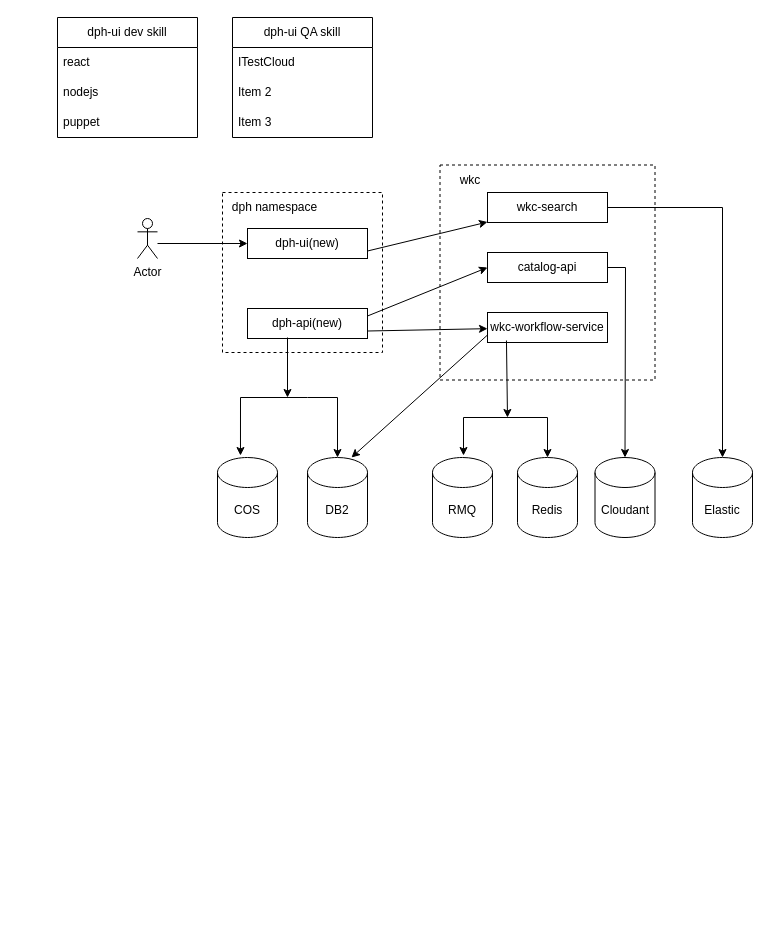
ganisback/draw.io keeps this draw.io diagram as assets/dph_arch_and_skill.drawio. Above is the earlier version. Source tidied: cells renumbered, new cells numbered last; positions are measured from the earlier drawing's top-left corner, leaving out a move shared by most shapes. Both pictures are drawn from the tidied source at 100%, with x=0, y=0 at pixel (57, 17).
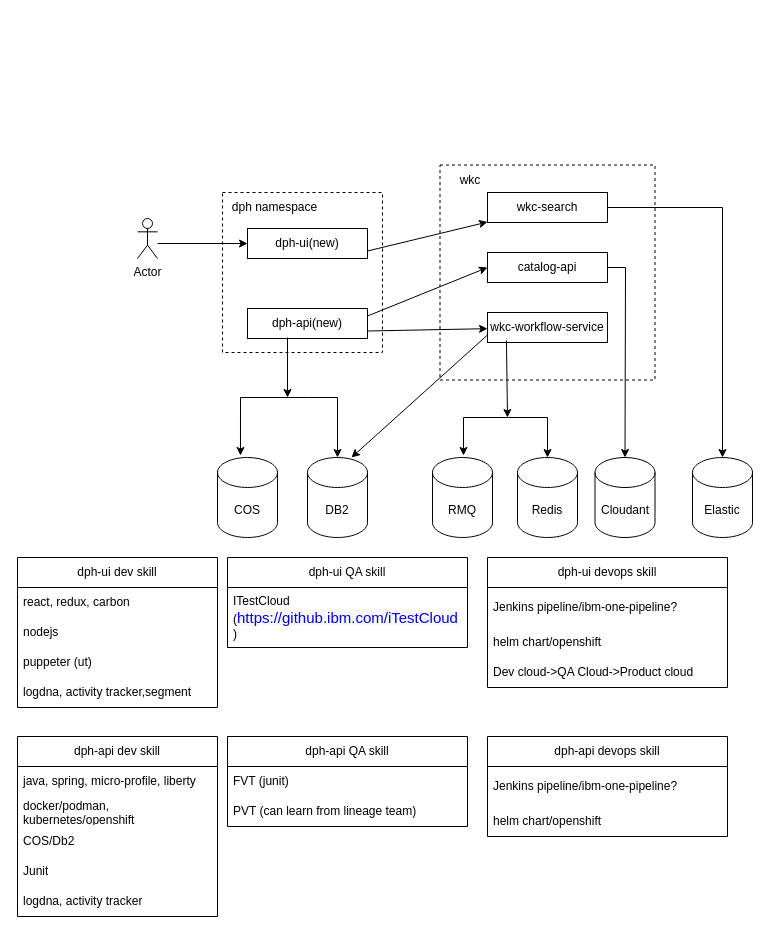
After the change.

What changed in the source:
```diff
@@
     <mxCell id="31" value="dph-ui QA skill" style="swimlane;fontStyle=0;horizontal=1;startSize=30;whiteSpace=wrap;html=1;" parent="1" vertex="1">
-      <mxGeometry x="175" width="140" height="120" as="geometry" />
+      <mxGeometry x="170" y="540" width="240" height="90" as="geometry" />
     </mxCell>
-    <mxCell id="32" value="ITestCloud" style="text;strokeColor=none;fillColor=none;align=left;verticalAlign=middle;spacingLeft=4;spacingRight=4;overflow=hidden;whiteSpace=wrap;html=1;" parent="31" vertex="1">
-      <mxGeometry y="30" width="140" height="30" as="geometry" />
+    <mxCell id="32" value="ITestCloud (&lt;a style=&quot;box-sizing: inherit; text-decoration-line: none; font-family: Slack-Lato, Slack-Fractions, appleLogo, sans-serif; font-size: 15px; font-variant-ligatures: common-ligatures; background-color: rgb(248, 248, 248);&quot; rel=&quot;noopener noreferrer&quot; href=&quot;https://github.ibm.com/iTestCloud&quot; class=&quot;c-link&quot; target=&quot;_blank&quot;&gt;https://github.ibm.com/iTestCloud&lt;/a&gt;&lt;br&gt;)" style="text;strokeColor=none;fillColor=none;align=left;verticalAlign=middle;spacingLeft=4;spacingRight=4;overflow=hidden;whiteSpace=wrap;html=1;" parent="31" vertex="1">
+      <mxGeometry y="30" width="240" height="60" as="geometry" />
     </mxCell>
-    <mxCell id="33" value="Item 2" style="text;strokeColor=none;fillColor=none;align=left;verticalAlign=middle;spacingLeft=4;spacingRight=4;overflow=hidden;whiteSpace=wrap;html=1;" parent="31" vertex="1">
-      <mxGeometry y="60" width="140" height="30" as="geometry" />
-    </mxCell>
-    <mxCell id="34" value="Item 3" style="text;strokeColor=none;fillColor=none;align=left;verticalAlign=middle;spacingLeft=4;spacingRight=4;overflow=hidden;whiteSpace=wrap;html=1;" parent="31" vertex="1">
-      <mxGeometry y="90" width="140" height="30" as="geometry" />
-    </mxCell>
     <mxCell id="35" value="dph-ui dev skill" style="swimlane;fontStyle=0;horizontal=1;startSize=30;whiteSpace=wrap;html=1;" parent="1" vertex="1">
-      <mxGeometry width="140" height="120" as="geometry" />
+      <mxGeometry x="-40" y="540" width="200" height="150" as="geometry" />
     </mxCell>
-    <mxCell id="36" value="react&amp;nbsp;" style="text;strokeColor=none;fillColor=none;align=left;verticalAlign=middle;spacingLeft=4;spacingRight=4;overflow=hidden;whiteSpace=wrap;html=1;" parent="35" vertex="1">
-      <mxGeometry y="30" width="140" height="30" as="geometry" />
+    <mxCell id="36" value="react,&amp;nbsp;redux, carbon" style="text;strokeColor=none;fillColor=none;align=left;verticalAlign=middle;spacingLeft=4;spacingRight=4;overflow=hidden;whiteSpace=wrap;html=1;" parent="35" vertex="1">
+      <mxGeometry y="30" width="200" height="30" as="geometry" />
     </mxCell>
     <mxCell id="37" value="nodejs" style="text;strokeColor=none;fillColor=none;align=left;verticalAlign=middle;spacingLeft=4;spacingRight=4;overflow=hidden;whiteSpace=wrap;html=1;" parent="35" vertex="1">
-      <mxGeometry y="60" width="140" height="30" as="geometry" />
+      <mxGeometry y="60" width="200" height="30" as="geometry" />
     </mxCell>
-    <mxCell id="38" value="puppet" style="text;strokeColor=none;fillColor=none;align=left;verticalAlign=middle;spacingLeft=4;spacingRight=4;overflow=hidden;whiteSpace=wrap;html=1;" parent="35" vertex="1">
-      <mxGeometry y="90" width="140" height="30" as="geometry" />
+    <mxCell id="38" value="puppeter (ut)" style="text;strokeColor=none;fillColor=none;align=left;verticalAlign=middle;spacingLeft=4;spacingRight=4;overflow=hidden;whiteSpace=wrap;html=1;" parent="35" vertex="1">
+      <mxGeometry y="90" width="200" height="30" as="geometry" />
     </mxCell>
+    <mxCell id="39" value="logdna, activity tracker,segment" style="text;strokeColor=none;fillColor=none;align=left;verticalAlign=middle;spacingLeft=4;spacingRight=4;overflow=hidden;whiteSpace=wrap;html=1;" parent="35" vertex="1">
+      <mxGeometry y="120" width="200" height="30" as="geometry" />
+    </mxCell>
+    <mxCell id="40" value="dph-ui devops skill" style="swimlane;fontStyle=0;horizontal=1;startSize=30;whiteSpace=wrap;html=1;" parent="1" vertex="1">
+      <mxGeometry x="430" y="540" width="240" height="130" as="geometry" />
+    </mxCell>
+    <mxCell id="41" value="Jenkins pipeline/ibm-one-pipeline?" style="text;strokeColor=none;fillColor=none;align=left;verticalAlign=middle;spacingLeft=4;spacingRight=4;overflow=hidden;whiteSpace=wrap;html=1;" parent="40" vertex="1">
+      <mxGeometry y="30" width="240" height="40" as="geometry" />
+    </mxCell>
+    <mxCell id="42" value="helm chart/openshift" style="text;strokeColor=none;fillColor=none;align=left;verticalAlign=middle;spacingLeft=4;spacingRight=4;overflow=hidden;whiteSpace=wrap;html=1;" parent="40" vertex="1">
+      <mxGeometry y="70" width="240" height="30" as="geometry" />
+    </mxCell>
+    <mxCell id="43" value="Dev cloud-&amp;gt;QA Cloud-&amp;gt;Product cloud" style="text;strokeColor=none;fillColor=none;align=left;verticalAlign=middle;spacingLeft=4;spacingRight=4;overflow=hidden;whiteSpace=wrap;html=1;" parent="40" vertex="1">
+      <mxGeometry y="100" width="240" height="30" as="geometry" />
+    </mxCell>
+    <mxCell id="44" value="dph-api QA skill" style="swimlane;fontStyle=0;horizontal=1;startSize=30;whiteSpace=wrap;html=1;" parent="1" vertex="1">
+      <mxGeometry x="170" y="719" width="240" height="90" as="geometry" />
+    </mxCell>
+    <mxCell id="45" value="FVT (junit)" style="text;strokeColor=none;fillColor=none;align=left;verticalAlign=middle;spacingLeft=4;spacingRight=4;overflow=hidden;whiteSpace=wrap;html=1;" parent="44" vertex="1">
+      <mxGeometry y="30" width="240" height="30" as="geometry" />
+    </mxCell>
+    <mxCell id="46" value="PVT (can learn from lineage team)" style="text;strokeColor=none;fillColor=none;align=left;verticalAlign=middle;spacingLeft=4;spacingRight=4;overflow=hidden;whiteSpace=wrap;html=1;" parent="44" vertex="1">
+      <mxGeometry y="60" width="240" height="30" as="geometry" />
+    </mxCell>
+    <mxCell id="47" value="dph-api dev skill" style="swimlane;fontStyle=0;horizontal=1;startSize=30;whiteSpace=wrap;html=1;" parent="1" vertex="1">
+      <mxGeometry x="-40" y="719" width="200" height="180" as="geometry" />
+    </mxCell>
+    <mxCell id="48" value="java, spring, micro-profile, liberty" style="text;strokeColor=none;fillColor=none;align=left;verticalAlign=middle;spacingLeft=4;spacingRight=4;overflow=hidden;whiteSpace=wrap;html=1;" parent="47" vertex="1">
+      <mxGeometry y="30" width="200" height="30" as="geometry" />
+    </mxCell>
+    <mxCell id="49" value="docker/podman, kubernetes/openshift" style="text;strokeColor=none;fillColor=none;align=left;verticalAlign=middle;spacingLeft=4;spacingRight=4;overflow=hidden;whiteSpace=wrap;html=1;" parent="47" vertex="1">
+      <mxGeometry y="60" width="200" height="30" as="geometry" />
+    </mxCell>
+    <mxCell id="50" value="COS/Db2" style="text;strokeColor=none;fillColor=none;align=left;verticalAlign=middle;spacingLeft=4;spacingRight=4;overflow=hidden;whiteSpace=wrap;html=1;" parent="47" vertex="1">
+      <mxGeometry y="90" width="200" height="30" as="geometry" />
+    </mxCell>
+    <mxCell id="51" value="Junit" style="text;strokeColor=none;fillColor=none;align=left;verticalAlign=middle;spacingLeft=4;spacingRight=4;overflow=hidden;whiteSpace=wrap;html=1;" parent="47" vertex="1">
+      <mxGeometry y="120" width="200" height="30" as="geometry" />
+    </mxCell>
+    <mxCell id="52" value="logdna, activity tracker" style="text;strokeColor=none;fillColor=none;align=left;verticalAlign=middle;spacingLeft=4;spacingRight=4;overflow=hidden;whiteSpace=wrap;html=1;" parent="47" vertex="1">
+      <mxGeometry y="150" width="200" height="30" as="geometry" />
+    </mxCell>
+    <mxCell id="53" value="dph-api devops skill" style="swimlane;fontStyle=0;horizontal=1;startSize=30;whiteSpace=wrap;html=1;" parent="1" vertex="1">
+      <mxGeometry x="430" y="719" width="240" height="100" as="geometry" />
+    </mxCell>
+    <mxCell id="54" value="Jenkins pipeline/ibm-one-pipeline?" style="text;strokeColor=none;fillColor=none;align=left;verticalAlign=middle;spacingLeft=4;spacingRight=4;overflow=hidden;whiteSpace=wrap;html=1;" parent="53" vertex="1">
+      <mxGeometry y="30" width="240" height="40" as="geometry" />
+    </mxCell>
+    <mxCell id="55" value="helm chart/openshift" style="text;strokeColor=none;fillColor=none;align=left;verticalAlign=middle;spacingLeft=4;spacingRight=4;overflow=hidden;whiteSpace=wrap;html=1;" parent="53" vertex="1">
+      <mxGeometry y="70" width="240" height="30" as="geometry" />
+    </mxCell>
```
